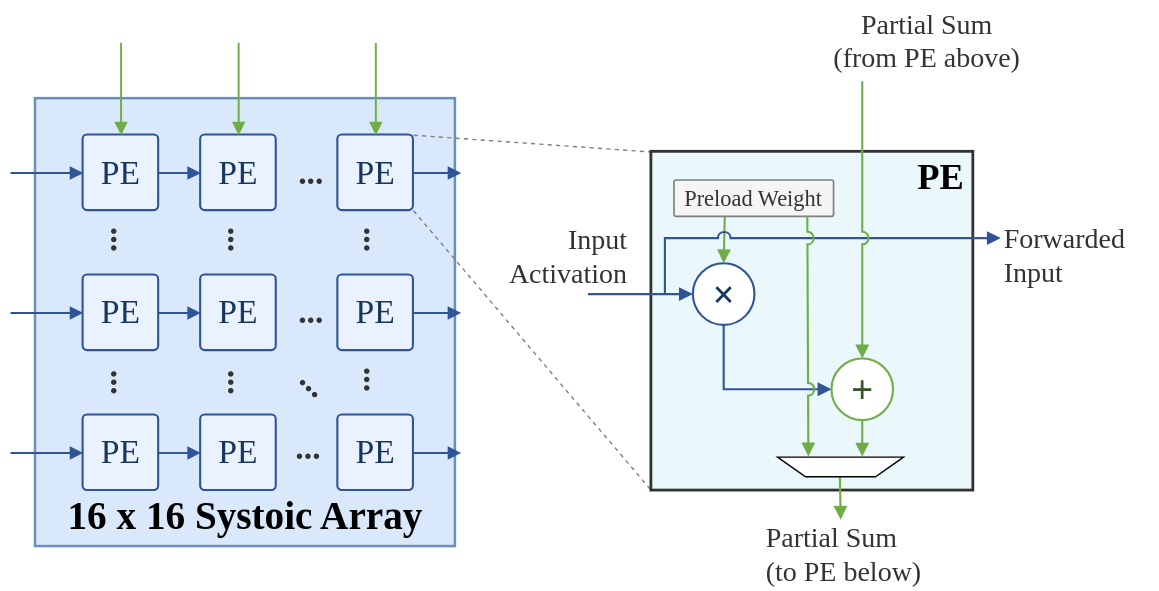
Elison-debug/Cmamba_reconstruct keeps this draw.io diagram as thesis/generated_figures/systolic_array_ws.svg. Above is the earlier version. Source tidied: cells renumbered, new cells last; positions are measured from the earlier drawing's top-left corner, leaving out a move shared by most shapes.
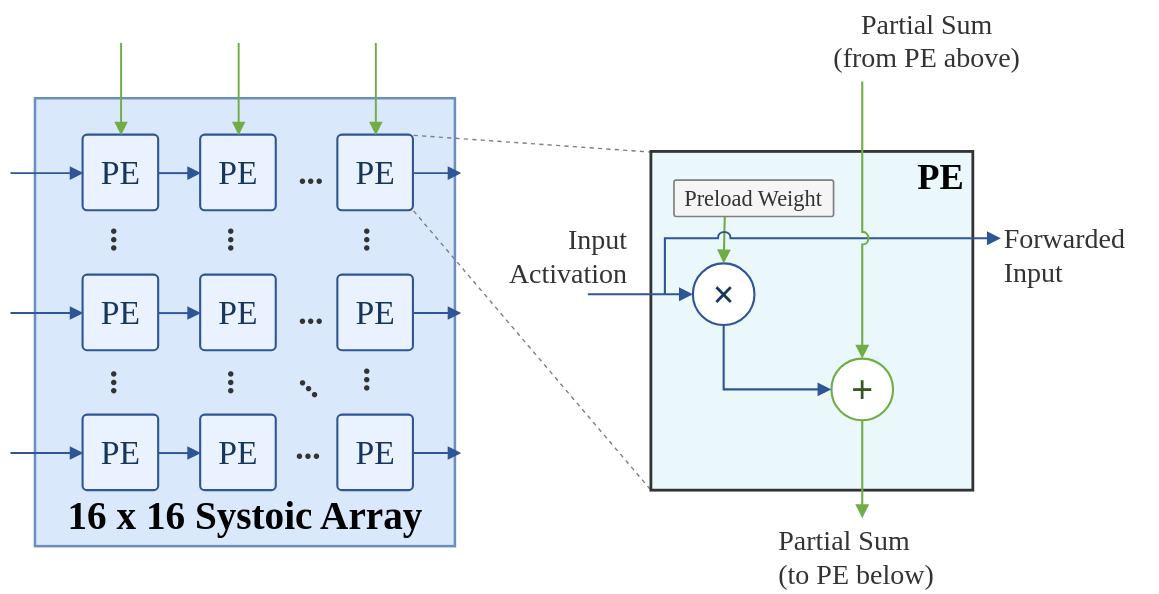
After the commit.

What changed in the source:
```diff
@@ -72,7 +72,7 @@
       <mxGeometry x="708" y="154" width="112" height="54" as="geometry" />
     </mxCell>
     <mxCell id="25" value="Partial Sum&lt;br&gt;(to PE below)" style="text;html=1;strokeColor=none;fillColor=none;align=left;verticalAlign=middle;whiteSpace=wrap;rounded=0;fontFamily=Times New Roman;fontSize=20;fontColor=#333333;" parent="1" vertex="1">
-      <mxGeometry x="538" y="368" width="125" height="54" as="geometry" />
+      <mxGeometry x="546.5" y="370" width="125" height="54" as="geometry" />
     </mxCell>
     <mxCell id="26" value="&lt;b&gt;×&lt;/b&gt;" style="ellipse;whiteSpace=wrap;html=1;strokeColor=#2F5597;fillColor=#FFFFFF;fontFamily=Times New Roman;fontSize=28;fontColor=#17365D;strokeWidth=1.5;" parent="1" vertex="1">
       <mxGeometry x="488" y="188" width="44" height="44" as="geometry" />
@@ -168,23 +168,12 @@
         </Array>
       </mxGeometry>
     </mxCell>
-    <mxCell id="45" style="endArrow=block;endFill=1;html=1;rounded=0;strokeColor=#70AD47;strokeWidth=1.5;jumpStyle=arc;jumpSize=8;" parent="1" edge="1" source="27">
-      <mxGeometry relative="1" as="geometry">
-        <mxPoint x="609" y="326.1" as="targetPoint" />
-      </mxGeometry>
+    <mxCell id="45" style="endArrow=block;endFill=1;html=1;rounded=0;strokeColor=#70AD47;strokeWidth=1.5;jumpStyle=arc;jumpSize=8;entryX=0.5;entryY=0;entryDx=0;entryDy=0;" parent="1" edge="1" source="27" target="25">
+      <mxGeometry relative="1" as="geometry" />
     </mxCell>
-    <mxCell id="46" style="endArrow=block;endFill=1;html=1;rounded=0;strokeColor=#70AD47;strokeWidth=1.5;jumpStyle=arc;jumpSize=8;entryX=0.445;entryY=0.059;entryDx=0;entryDy=0;exitX=0.5;exitY=0;exitDx=0;exitDy=0;entryPerimeter=0;" parent="1" edge="1" source="49" target="25">
-      <mxGeometry relative="1" as="geometry" />
-    </mxCell>
     <mxCell id="47" value="Preload Weight" style="rounded=1;whiteSpace=wrap;html=1;arcSize=6;strokeColor=#7F7F7F;fillColor=#F5F5F5;fontFamily=Times New Roman;fontSize=16;fontColor=#333333;strokeWidth=1.2;" parent="1" vertex="1">
       <mxGeometry x="474" y="128" width="114" height="26" as="geometry" />
     </mxCell>
-    <mxCell id="48" style="endArrow=block;endFill=1;html=1;rounded=0;strokeColor=#70AD47;strokeWidth=1.5;exitX=0.84;exitY=1.031;exitDx=0;exitDy=0;exitPerimeter=0;jumpStyle=arc;jumpSize=8;entryX=0.75;entryY=1;entryDx=0;entryDy=0;" parent="1" edge="1" source="47" target="49">
-      <mxGeometry relative="1" as="geometry" />
-    </mxCell>
-    <mxCell id="49" style="shape=trapezoid;perimeter=trapezoidPerimeter;whiteSpace=wrap;html=1;fixedSize=1;rotation=-180;" parent="1" vertex="1">
-      <mxGeometry x="548" y="326" width="90" height="14" as="geometry" />
-    </mxCell>
     <mxCell id="50" value="..." style="text;html=1;strokeColor=none;fillColor=none;align=center;verticalAlign=middle;whiteSpace=wrap;rounded=0;fontFamily=Times New Roman;fontSize=24;fontStyle=1;fontColor=#333333;rotation=90;" parent="1" vertex="1">
       <mxGeometry x="66" y="150" width="28" height="42" as="geometry" />
     </mxCell>
```
